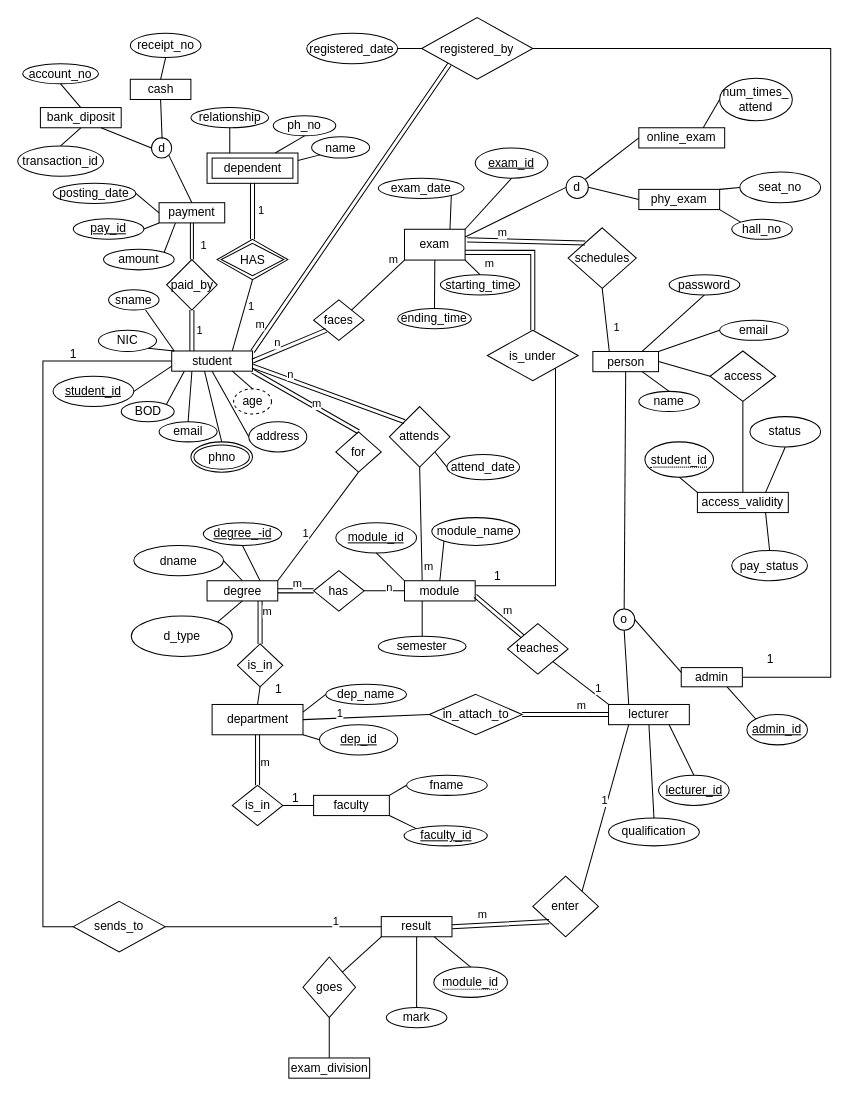
This is management.drawio from Dinuvi9170/NSBM-Green-University, a draw.io file, before an edit. Source tidied: cells renumbered, new cells numbered last; positions are measured from the earlier drawing's top-left corner, leaving out a move shared by most shapes. Both pictures are drawn from the tidied source at 101%, with x=0, y=0 at pixel (17, 17).
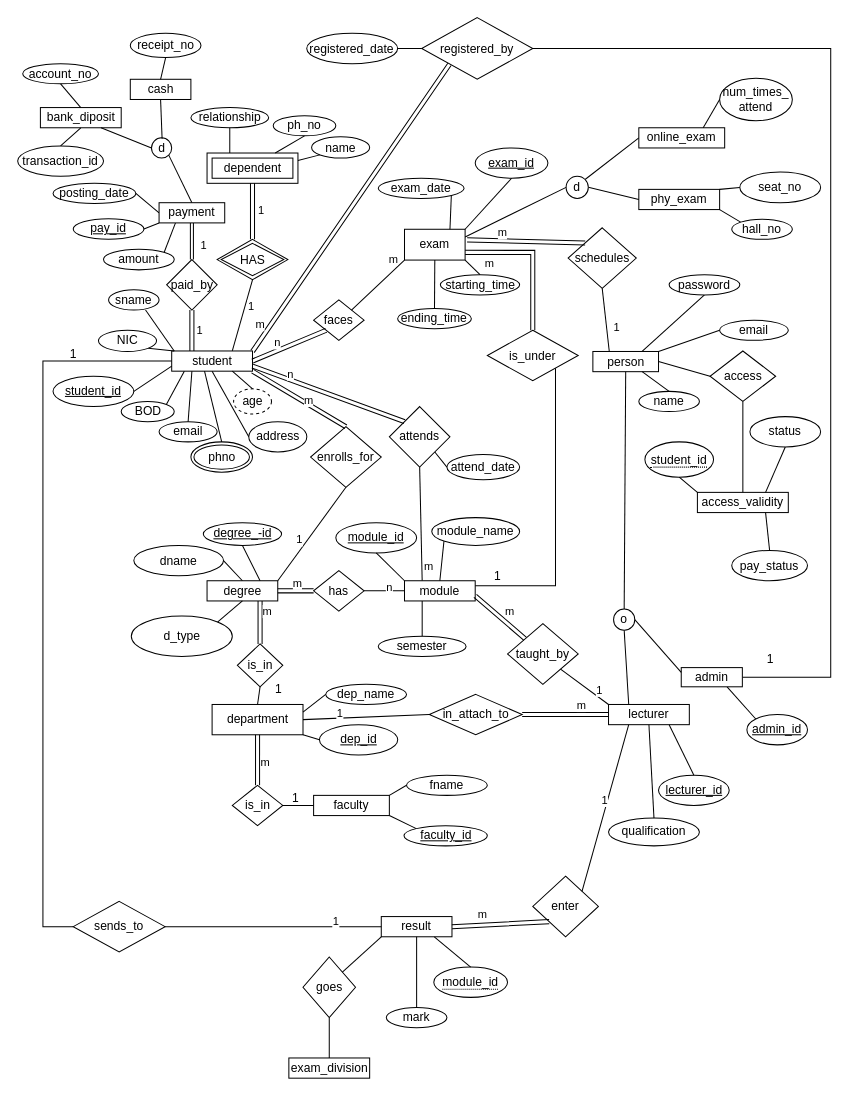
After the change.

Change to the diagram source:
```diff
@@
-    <mxCell id="25" value="for" style="rhombus;whiteSpace=wrap;html=1;" parent="1" vertex="1">
-      <mxGeometry x="315" y="410" width="45" height="40" as="geometry" />
+    <mxCell id="25" value="enrolls_for" style="rhombus;whiteSpace=wrap;html=1;" parent="1" vertex="1">
+      <mxGeometry x="290" y="405" width="70" height="60" as="geometry" />
     </mxCell>
@@
-    <mxCell id="30" value="teaches" style="rhombus;whiteSpace=wrap;html=1;" parent="1" vertex="1">
-      <mxGeometry x="485" y="600" width="60" height="50" as="geometry" />
+    <mxCell id="30" value="taught_by" style="rhombus;whiteSpace=wrap;html=1;" parent="1" vertex="1">
+      <mxGeometry x="485" y="600" width="70" height="60" as="geometry" />
     </mxCell>
```
